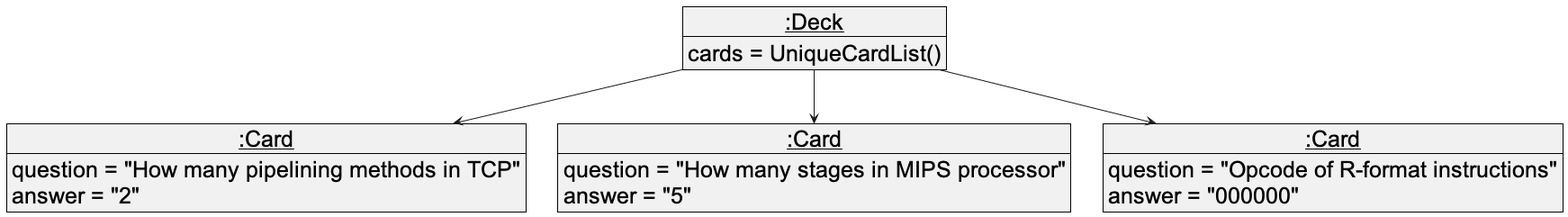
The PlantUML diagram docs/images/DeckObjectDiagram.png in nus-cs2103-AY2324S1/tp, before a commit.
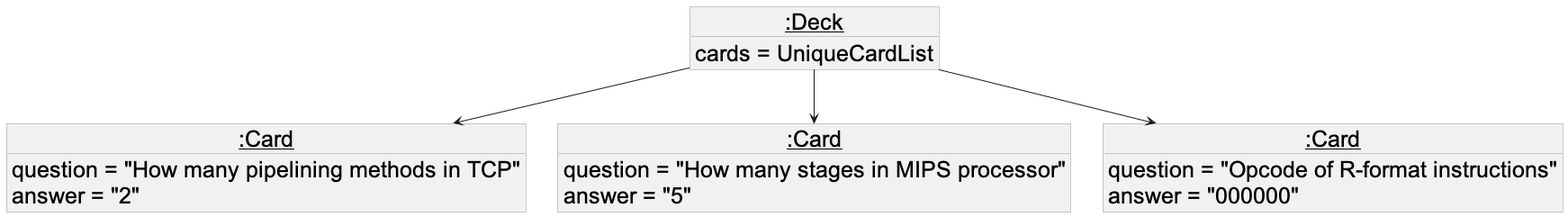
Above is the later version.

Commit message:
Add diagrams and fix card display

The edit, as a diff of the source:
```diff
@@ -2,14 +2,14 @@
 skinparam Object {
     FontColor #000
     FontSize 25
-    BorderThickness 1
+    BorderThickness 0.2
     BorderColor #000
     StereotypeFontColor #000
     FontName Arial
 }
 
 object "<u>:Deck" as IL {
-  cards = UniqueCardList()
+  cards = UniqueCardList
 }
 
 object "<u>:Card" as I1 {
```
